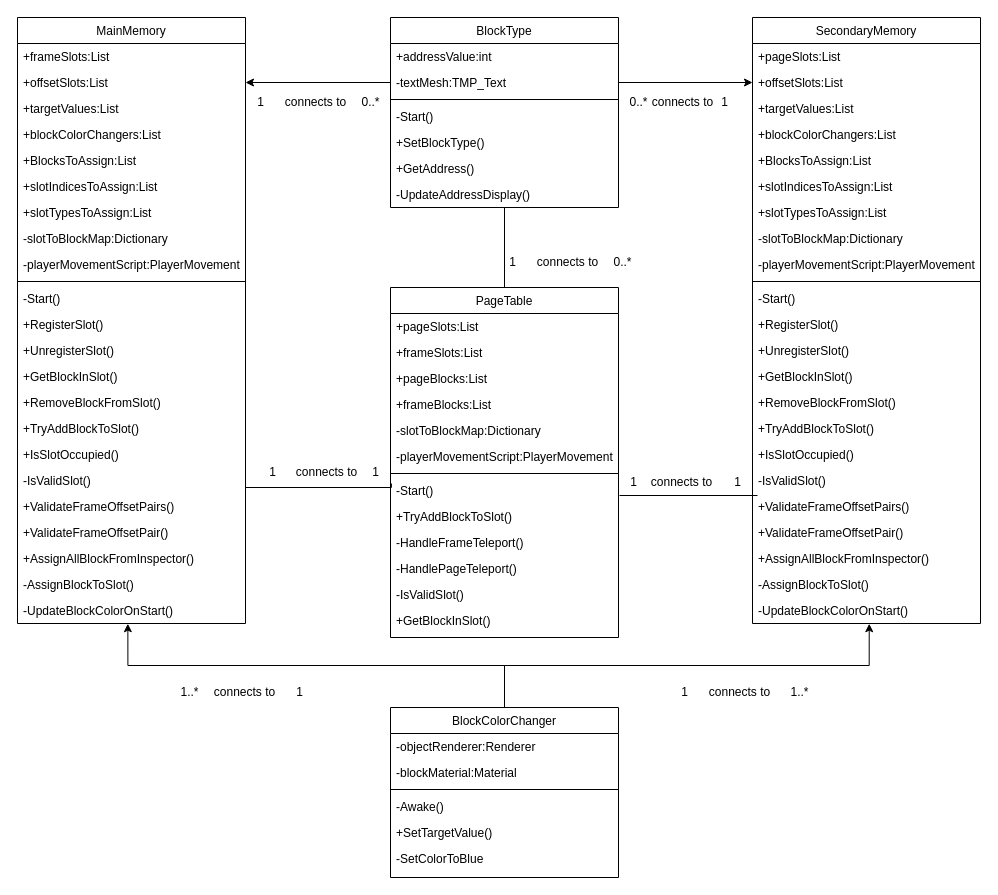
The draw.io diagram Drawio Files/MM_Class_Diagram.drawio in jgharrison1/Logical-Gate, before the edit. Source tidied: cells renumbered, new cells numbered last; positions are measured from the earlier drawing's top-left corner, leaving out a move shared by most shapes. Both pictures are drawn from the tidied source at 100%, with x=0, y=0 at pixel (17, 17).
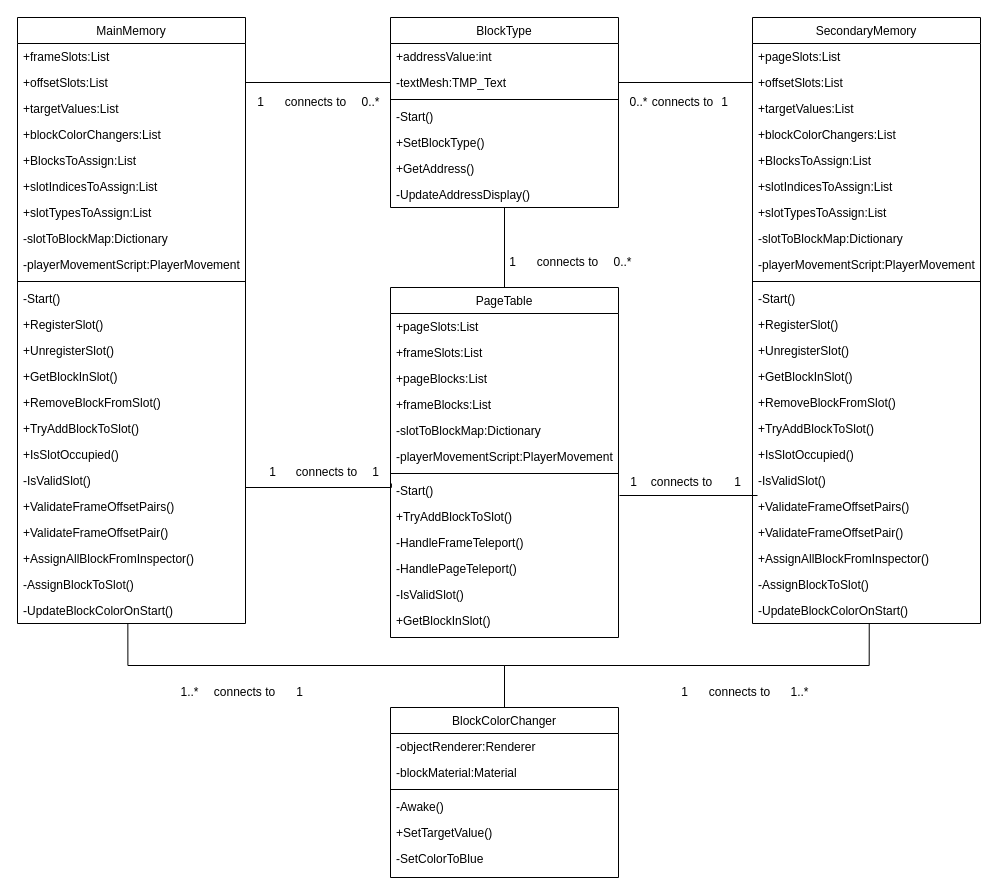
The same diagram, later.

The change refers to these unchanged cells:
```xml
<mxCell id="8" value="+offsetSlots:List" style="text;align=left;verticalAlign=top;spacingLeft=4;spacingRight=4;overflow=hidden;points=[[0,0.5],[1,0.5]];portConstraint=eastwest;rounded=0;shadow=0;html=0;" parent="6" vertex="1">
  <mxGeometry y="52" width="228" height="26" as="geometry" />
</mxCell>
<mxCell id="29" value="-UpdateBlockColorOnStart()" style="text;align=left;verticalAlign=top;spacingLeft=4;spacingRight=4;overflow=hidden;points=[[0,0.5],[1,0.5]];portConstraint=eastwest;rounded=0;shadow=0;html=0;" parent="6" vertex="1">
  <mxGeometry y="580" width="228" height="26" as="geometry" />
</mxCell>
<mxCell id="36" value="+offsetSlots:List" style="text;align=left;verticalAlign=top;spacingLeft=4;spacingRight=4;overflow=hidden;points=[[0,0.5],[1,0.5]];portConstraint=eastwest;rounded=0;shadow=0;html=0;" parent="34" vertex="1">
  <mxGeometry y="52" width="228" height="26" as="geometry" />
</mxCell>
<mxCell id="57" value="-UpdateBlockColorOnStart()" style="text;align=left;verticalAlign=top;spacingLeft=4;spacingRight=4;overflow=hidden;points=[[0,0.5],[1,0.5]];portConstraint=eastwest;rounded=0;shadow=0;html=0;" parent="34" vertex="1">
  <mxGeometry y="580" width="228" height="26" as="geometry" />
</mxCell>
<mxCell id="75" value="-textMesh:TMP_Text" style="text;align=left;verticalAlign=top;spacingLeft=4;spacingRight=4;overflow=hidden;points=[[0,0.5],[1,0.5]];portConstraint=eastwest;rounded=0;shadow=0;html=0;" parent="73" vertex="1">
  <mxGeometry y="52" width="228" height="26" as="geometry" />
</mxCell>
<mxCell id="81" value="BlockColorChanger" style="swimlane;fontStyle=0;align=center;verticalAlign=top;horizontal=1;startSize=26;rounded=0;shadow=0;strokeWidth=1;" parent="1" vertex="1">
  <mxGeometry x="373" y="690" width="228" height="170" as="geometry" />
</mxCell>
```

Change to the diagram source:
```diff
@@
-    <mxCell id="97" style="edgeStyle=orthogonalEdgeStyle;rounded=0;jettySize=auto;html=1;entryX=0.484;entryY=1.008;entryDx=0;entryDy=0;entryPerimeter=0;" parent="1" edge="1" source="81" target="29">
+    <mxCell id="97" style="edgeStyle=orthogonalEdgeStyle;rounded=0;jettySize=auto;html=1;entryX=0.484;entryY=1.008;entryDx=0;entryDy=0;entryPerimeter=0;endArrow=none;startFill=0;" parent="1" edge="1" source="81" target="29">
       <mxGeometry relative="1" as="geometry" />
     </mxCell>
-    <mxCell id="98" style="edgeStyle=orthogonalEdgeStyle;rounded=0;jettySize=auto;html=1;entryX=0.512;entryY=1.008;entryDx=0;entryDy=0;entryPerimeter=0;" parent="1" edge="1" source="81" target="57">
+    <mxCell id="98" style="edgeStyle=orthogonalEdgeStyle;rounded=0;jettySize=auto;html=1;entryX=0.512;entryY=1.008;entryDx=0;entryDy=0;entryPerimeter=0;endArrow=none;startFill=0;" parent="1" edge="1" source="81" target="57">
       <mxGeometry relative="1" as="geometry" />
     </mxCell>
@@
-    <mxCell id="105" style="edgeStyle=orthogonalEdgeStyle;rounded=0;jettySize=auto;html=1;entryX=1;entryY=0.5;entryDx=0;entryDy=0;" parent="1" edge="1" source="75" target="8">
+    <mxCell id="105" style="edgeStyle=orthogonalEdgeStyle;rounded=0;jettySize=auto;html=1;entryX=1;entryY=0.5;entryDx=0;entryDy=0;endArrow=none;startFill=0;" parent="1" edge="1" source="75" target="8">
       <mxGeometry relative="1" as="geometry" />
     </mxCell>
-    <mxCell id="106" style="edgeStyle=orthogonalEdgeStyle;rounded=0;jettySize=auto;html=1;entryX=0;entryY=0.5;entryDx=0;entryDy=0;" parent="1" edge="1" source="75" target="36">
+    <mxCell id="106" style="edgeStyle=orthogonalEdgeStyle;rounded=0;jettySize=auto;html=1;entryX=0;entryY=0.5;entryDx=0;entryDy=0;endArrow=none;startFill=0;" parent="1" edge="1" source="75" target="36">
       <mxGeometry relative="1" as="geometry" />
     </mxCell>
```
